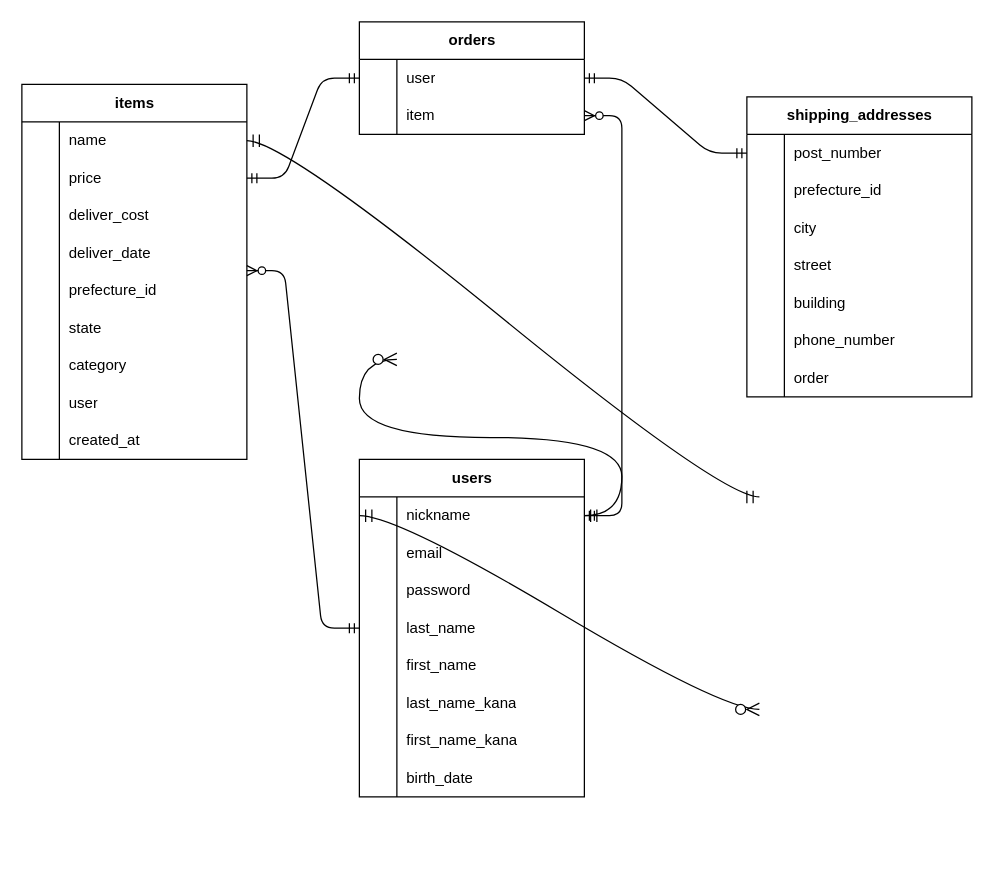
This is ER.drawio from test-master3/furima-42385, a draw.io file, before an edit. Source tidied: cells renumbered, new cells numbered last; positions are measured from the earlier drawing's top-left corner, leaving out a move shared by most shapes. Both pictures are drawn from the tidied source at 125%, with x=0, y=0 at pixel (21, 21).
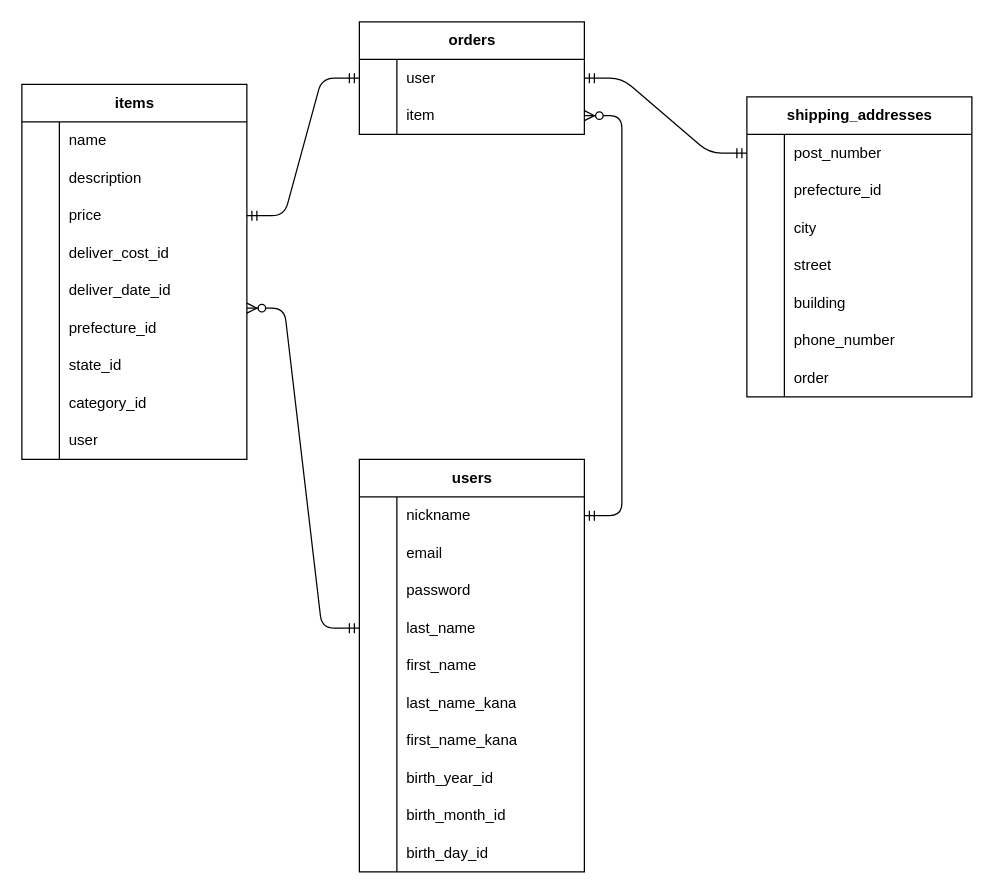
Above is the later version.

The change refers to these unchanged cells:
```xml
<mxCell id="24" style="shape=tableRow;horizontal=0;startSize=0;swimlaneHead=0;swimlaneBody=0;fillColor=none;top=0;left=0;right=0;bottom=0;" parent="2" vertex="1">
  <mxGeometry y="240" width="180" height="30" as="geometry" />
</mxCell>
<mxCell id="27" value="items" style="shape=table;startSize=30;childLayout=tableLayout;rowLines=0;fontStyle=1;align=center;html=1;" parent="1" vertex="1">
  <mxGeometry y="50" width="180" height="300" as="geometry" />
</mxCell>
```

Change to the diagram source:
```diff
@@
     <mxCell id="2" value="users" style="shape=table;startSize=30;childLayout=tableLayout;rowLines=0;fontStyle=1;align=center;html=1;" parent="1" vertex="1">
-      <mxGeometry x="270" y="350" width="180" height="270" as="geometry" />
+      <mxGeometry x="270" y="350" width="180" height="330" as="geometry" />
     </mxCell>
@@
-    <mxCell id="26" value="birth_date" style="shape=partialRectangle;fillColor=none;top=0;left=0;bottom=0;right=0;align=left;spacingLeft=6;overflow=hidden;whiteSpace=wrap;html=1;" parent="24" vertex="1">
+    <mxCell id="26" value="birth_year_id" style="shape=partialRectangle;fillColor=none;top=0;left=0;bottom=0;right=0;align=left;spacingLeft=6;overflow=hidden;whiteSpace=wrap;html=1;" parent="24" vertex="1">
       <mxGeometry x="30" width="150" height="30" as="geometry" />
     </mxCell>
+    <mxCell id="52" style="shape=tableRow;horizontal=0;startSize=0;swimlaneHead=0;swimlaneBody=0;fillColor=none;top=0;left=0;right=0;bottom=0;" parent="2" vertex="1">
+      <mxGeometry y="270" width="180" height="30" as="geometry" />
+    </mxCell>
+    <mxCell id="91" style="shape=partialRectangle;fillColor=none;top=0;left=0;bottom=0;right=0;overflow=hidden;whiteSpace=wrap;html=1;" parent="52" vertex="1">
+      <mxGeometry width="30" height="30" as="geometry" />
+    </mxCell>
+    <mxCell id="92" value="&lt;span style=&quot;color: rgb(0, 0, 0);&quot;&gt;birth_month_id&lt;/span&gt;" style="shape=partialRectangle;fillColor=none;top=0;left=0;bottom=0;right=0;align=left;spacingLeft=6;overflow=hidden;whiteSpace=wrap;html=1;" parent="52" vertex="1">
+      <mxGeometry x="30" width="150" height="30" as="geometry" />
+    </mxCell>
+    <mxCell id="93" style="shape=tableRow;horizontal=0;startSize=0;swimlaneHead=0;swimlaneBody=0;fillColor=none;top=0;left=0;right=0;bottom=0;" parent="2" vertex="1">
+      <mxGeometry y="300" width="180" height="30" as="geometry" />
+    </mxCell>
+    <mxCell id="94" style="shape=partialRectangle;fillColor=none;top=0;left=0;bottom=0;right=0;overflow=hidden;whiteSpace=wrap;html=1;" parent="93" vertex="1">
+      <mxGeometry width="30" height="30" as="geometry" />
+    </mxCell>
+    <mxCell id="95" value="&lt;span style=&quot;color: rgb(0, 0, 0);&quot;&gt;birth_day_id&lt;/span&gt;" style="shape=partialRectangle;fillColor=none;top=0;left=0;bottom=0;right=0;align=left;spacingLeft=6;overflow=hidden;whiteSpace=wrap;html=1;" parent="93" vertex="1">
+      <mxGeometry x="30" width="150" height="30" as="geometry" />
+    </mxCell>
@@
+    <mxCell id="96" style="shape=tableRow;horizontal=0;startSize=0;swimlaneHead=0;swimlaneBody=0;fillColor=none;top=0;left=0;right=0;bottom=0;" parent="27" vertex="1">
+      <mxGeometry y="60" width="180" height="30" as="geometry" />
+    </mxCell>
+    <mxCell id="97" style="shape=partialRectangle;fillColor=none;top=0;left=0;bottom=0;right=0;overflow=hidden;whiteSpace=wrap;html=1;" parent="96" vertex="1">
+      <mxGeometry width="30" height="30" as="geometry" />
+    </mxCell>
+    <mxCell id="98" value="description" style="shape=partialRectangle;fillColor=none;top=0;left=0;bottom=0;right=0;align=left;spacingLeft=6;overflow=hidden;whiteSpace=wrap;html=1;" parent="96" vertex="1">
+      <mxGeometry x="30" width="150" height="30" as="geometry" />
+    </mxCell>
     <mxCell id="31" style="shape=tableRow;horizontal=0;startSize=0;swimlaneHead=0;swimlaneBody=0;fillColor=none;points=[[0,0.5],[1,0.5]];portConstraint=eastwest;top=0;left=0;right=0;bottom=0;" parent="27" vertex="1">
-      <mxGeometry y="60" width="180" height="30" as="geometry" />
+      <mxGeometry y="90" width="180" height="30" as="geometry" />
     </mxCell>
@@
     <mxCell id="34" style="shape=tableRow;horizontal=0;startSize=0;swimlaneHead=0;swimlaneBody=0;fillColor=none;top=0;left=0;right=0;bottom=0;" parent="27" vertex="1">
-      <mxGeometry y="90" width="180" height="30" as="geometry" />
+      <mxGeometry y="120" width="180" height="30" as="geometry" />
     </mxCell>
@@
-    <mxCell id="36" value="deliver_cost" style="shape=partialRectangle;fillColor=none;top=0;left=0;bottom=0;right=0;align=left;spacingLeft=6;overflow=hidden;whiteSpace=wrap;html=1;" parent="34" vertex="1">
+    <mxCell id="36" value="deliver_cost_id" style="shape=partialRectangle;fillColor=none;top=0;left=0;bottom=0;right=0;align=left;spacingLeft=6;overflow=hidden;whiteSpace=wrap;html=1;" parent="34" vertex="1">
       <mxGeometry x="30" width="150" height="30" as="geometry" />
     </mxCell>
     <mxCell id="37" style="shape=tableRow;horizontal=0;startSize=0;swimlaneHead=0;swimlaneBody=0;fillColor=none;top=0;left=0;right=0;bottom=0;" parent="27" vertex="1">
-      <mxGeometry y="120" width="180" height="30" as="geometry" />
+      <mxGeometry y="150" width="180" height="30" as="geometry" />
     </mxCell>
@@
-    <mxCell id="39" value="deliver_date" style="shape=partialRectangle;fillColor=none;top=0;left=0;bottom=0;right=0;align=left;spacingLeft=6;overflow=hidden;whiteSpace=wrap;html=1;" parent="37" vertex="1">
+    <mxCell id="39" value="deliver_date&lt;span style=&quot;color: rgb(0, 0, 0);&quot;&gt;_id&lt;/span&gt;" style="shape=partialRectangle;fillColor=none;top=0;left=0;bottom=0;right=0;align=left;spacingLeft=6;overflow=hidden;whiteSpace=wrap;html=1;" parent="37" vertex="1">
       <mxGeometry x="30" width="150" height="30" as="geometry" />
     </mxCell>
     <mxCell id="40" style="shape=tableRow;horizontal=0;startSize=0;swimlaneHead=0;swimlaneBody=0;fillColor=none;points=[[0,0.5],[1,0.5]];portConstraint=eastwest;top=0;left=0;right=0;bottom=0;" parent="27" vertex="1">
-      <mxGeometry y="150" width="180" height="30" as="geometry" />
+      <mxGeometry y="180" width="180" height="30" as="geometry" />
     </mxCell>
@@
     <mxCell id="43" style="shape=tableRow;horizontal=0;startSize=0;swimlaneHead=0;swimlaneBody=0;fillColor=none;top=0;left=0;right=0;bottom=0;" parent="27" vertex="1">
-      <mxGeometry y="180" width="180" height="30" as="geometry" />
+      <mxGeometry y="210" width="180" height="30" as="geometry" />
     </mxCell>
@@
-    <mxCell id="45" value="state" style="shape=partialRectangle;fillColor=none;top=0;left=0;bottom=0;right=0;align=left;spacingLeft=6;overflow=hidden;whiteSpace=wrap;html=1;" parent="43" vertex="1">
+    <mxCell id="45" value="state&lt;span style=&quot;color: rgb(0, 0, 0);&quot;&gt;_id&lt;/span&gt;" style="shape=partialRectangle;fillColor=none;top=0;left=0;bottom=0;right=0;align=left;spacingLeft=6;overflow=hidden;whiteSpace=wrap;html=1;" parent="43" vertex="1">
       <mxGeometry x="30" width="150" height="30" as="geometry" />
     </mxCell>
     <mxCell id="46" style="shape=tableRow;horizontal=0;startSize=0;swimlaneHead=0;swimlaneBody=0;fillColor=none;top=0;left=0;right=0;bottom=0;" parent="27" vertex="1">
-      <mxGeometry y="210" width="180" height="30" as="geometry" />
+      <mxGeometry y="240" width="180" height="30" as="geometry" />
     </mxCell>
@@
-    <mxCell id="48" value="category" style="shape=partialRectangle;fillColor=none;top=0;left=0;bottom=0;right=0;align=left;spacingLeft=6;overflow=hidden;whiteSpace=wrap;html=1;" parent="46" vertex="1">
+    <mxCell id="48" value="category&lt;span style=&quot;color: rgb(0, 0, 0);&quot;&gt;_id&lt;/span&gt;" style="shape=partialRectangle;fillColor=none;top=0;left=0;bottom=0;right=0;align=left;spacingLeft=6;overflow=hidden;whiteSpace=wrap;html=1;" parent="46" vertex="1">
       <mxGeometry x="30" width="150" height="30" as="geometry" />
     </mxCell>
     <mxCell id="49" style="shape=tableRow;horizontal=0;startSize=0;swimlaneHead=0;swimlaneBody=0;fillColor=none;top=0;left=0;right=0;bottom=0;" parent="27" vertex="1">
-      <mxGeometry y="240" width="180" height="30" as="geometry" />
+      <mxGeometry y="270" width="180" height="30" as="geometry" />
     </mxCell>
@@
-    <mxCell id="52" style="shape=tableRow;horizontal=0;startSize=0;swimlaneHead=0;swimlaneBody=0;fillColor=none;top=0;left=0;right=0;bottom=0;" parent="27" vertex="1">
-      <mxGeometry y="270" width="180" height="30" as="geometry" />
-    </mxCell>
-    <mxCell id="53" style="shape=partialRectangle;fillColor=none;top=0;left=0;bottom=0;right=0;overflow=hidden;whiteSpace=wrap;html=1;" parent="52" vertex="1">
-      <mxGeometry width="30" height="30" as="geometry" />
-    </mxCell>
-    <mxCell id="54" value="created_at" style="shape=partialRectangle;fillColor=none;top=0;left=0;bottom=0;right=0;align=left;spacingLeft=6;overflow=hidden;whiteSpace=wrap;html=1;" parent="52" vertex="1">
-      <mxGeometry x="30" width="150" height="30" as="geometry" />
-    </mxCell>
@@
-    <mxCell id="77" style="edgeStyle=entityRelationEdgeStyle;fontSize=12;html=1;endArrow=ERzeroToMany;startArrow=ERmandOne;rounded=0;startSize=8;endSize=8;curved=1;entryX=1;entryY=0.5;entryDx=0;entryDy=0;exitX=0;exitY=0.5;exitDx=0;exitDy=0;" parent="1" edge="1">
-      <mxGeometry relative="1" as="geometry">
-        <mxPoint x="270" y="395" as="sourcePoint" />
-        <mxPoint x="590" y="550" as="targetPoint" />
-      </mxGeometry>
-    </mxCell>
-    <mxCell id="78" style="edgeStyle=entityRelationEdgeStyle;fontSize=12;html=1;endArrow=ERmandOne;startArrow=ERmandOne;rounded=0;startSize=8;endSize=8;curved=1;exitX=1;exitY=0.5;exitDx=0;exitDy=0;entryX=0;entryY=0.5;entryDx=0;entryDy=0;" parent="1" edge="1">
-      <mxGeometry relative="1" as="geometry">
-        <mxPoint x="180" y="95" as="sourcePoint" />
-        <mxPoint x="590" y="380" as="targetPoint" />
-      </mxGeometry>
-    </mxCell>
-    <mxCell id="79" style="edgeStyle=entityRelationEdgeStyle;fontSize=12;html=1;endArrow=ERzeroToMany;startArrow=ERmandOne;rounded=0;startSize=8;endSize=8;curved=1;entryX=0;entryY=0.5;entryDx=0;entryDy=0;exitX=1;exitY=0.5;exitDx=0;exitDy=0;" parent="1" edge="1">
-      <mxGeometry relative="1" as="geometry">
-        <mxPoint x="450" y="395" as="sourcePoint" />
-        <mxPoint x="300" y="270" as="targetPoint" />
-      </mxGeometry>
-    </mxCell>
```
